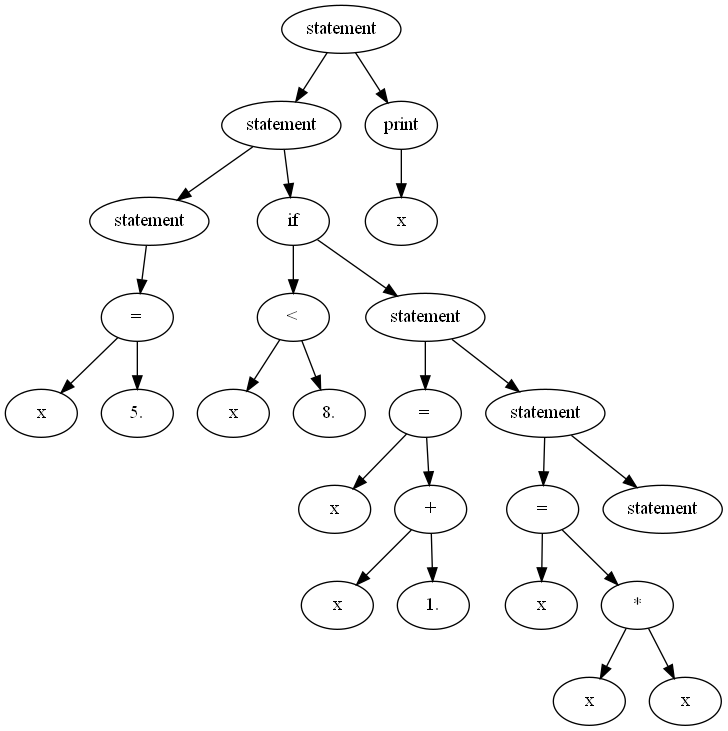
This is russkie_alga!/parse.png from matmuher/flip-flop, a Graphviz export, as it was before one commit. Its source is kept beside it as russkie_alga!/parse.dot.
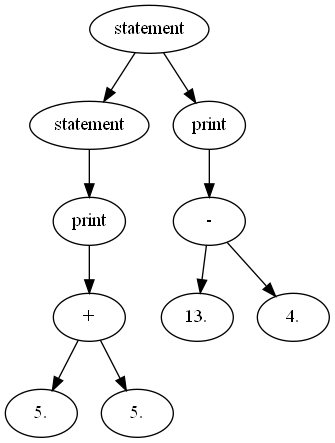
The same diagram one commit later.

Change to the diagram source:
```diff
@@ -1,51 +1,21 @@
 digraph G {
-A007A6CA0 [label = "statement"];
-A007A6CA0 -> A007A35D0;
-A007A6CA0 -> A007A6CE8;
-A007A35D0 [label = "statement"];
-A007A35D0 -> A007A2478;
-A007A35D0 -> A007A6C58;
-A007A2478 [label = "statement"];
-A007A2478 -> A007A35A8;
-A007A35A8 [label = "="];
-A007A35A8 -> A007A24A8;
-A007A35A8 -> A007A3580;
-A007A24A8 [label = "x"];
-A007A3580 [label = "5."];
-A007A6C58 [label = "if"];
-A007A6C58 -> A007A04B0;
-A007A6C58 -> A007A04D8;
-A007A04B0 [label = "<"];
-A007A04B0 -> A007A3600;
-A007A04B0 -> A007A3628;
-A007A3600 [label = "x"];
-A007A3628 [label = "8."];
-A007A04D8 [label = "statement"];
-A007A04D8 -> A007A6D60;
-A007A04D8 -> A007A6C28;
-A007A6D60 [label = "="];
-A007A6D60 -> A007A0508;
-A007A6D60 -> A007A0550;
-A007A0508 [label = "x"];
-A007A0550 [label = "+"];
-A007A0550 -> A007A0520;
-A007A0550 -> A007A0538;
-A007A0520 [label = "x"];
-A007A0538 [label = "1."];
-A007A6C28 [label = "statement"];
-A007A6C28 -> A007A6BC8;
-A007A6C28 -> A007A6BE0;
-A007A6BC8 [label = "="];
-A007A6BC8 -> A007A6D00;
-A007A6BC8 -> A007A6C40;
-A007A6D00 [label = "x"];
-A007A6C40 [label = "*"];
-A007A6C40 -> A007A6C70;
-A007A6C40 -> A007A6D48;
-A007A6C70 [label = "x"];
-A007A6D48 [label = "x"];
-A007A6BE0 [label = "statement"];
-A007A6CE8 [label = "print"];
-A007A6CE8 -> A007A6D18;
-A007A6D18 [label = "x"];
+A00783460 [label = "statement"];
+A00783460 -> A00782368;
+A00783460 -> A00783508;
+A00782368 [label = "statement"];
+A00782368 -> A00783438;
+A00783438 [label = "print"];
+A00783438 -> A00783420;
+A00783420 [label = "+"];
+A00783420 -> A00782398;
+A00783420 -> A007823C0;
+A00782398 [label = "5."];
+A007823C0 [label = "5."];
+A00783508 [label = "print"];
+A00783508 -> A007834E0;
+A007834E0 [label = "-"];
+A007834E0 -> A00783490;
+A007834E0 -> A007834B8;
+A00783490 [label = "13."];
+A007834B8 [label = "4."];
 }
```
